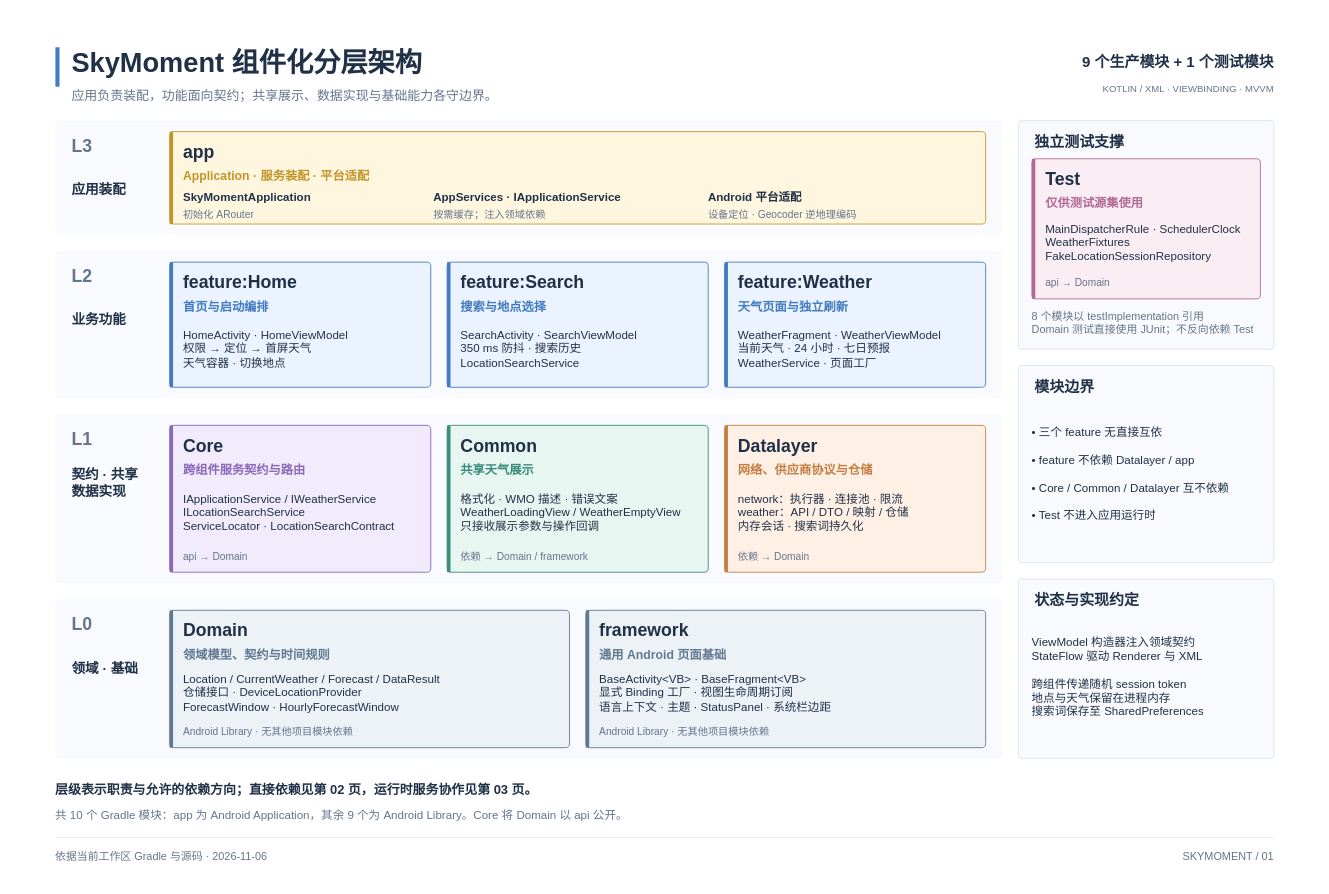
duxgwork/SkyMoment keeps this draw.io diagram as page "01 分层职责总览" (1 of 3) of docs/diagrams/skymoment-layered-architecture.drawio. Above is the earlier version. Source tidied: cells renumbered, new cells numbered last; positions are measured from the earlier drawing's top-left corner, leaving out a move shared by most shapes. Both pictures are drawn from the tidied source at 68%, with x=0, y=0 at pixel (12, 12).
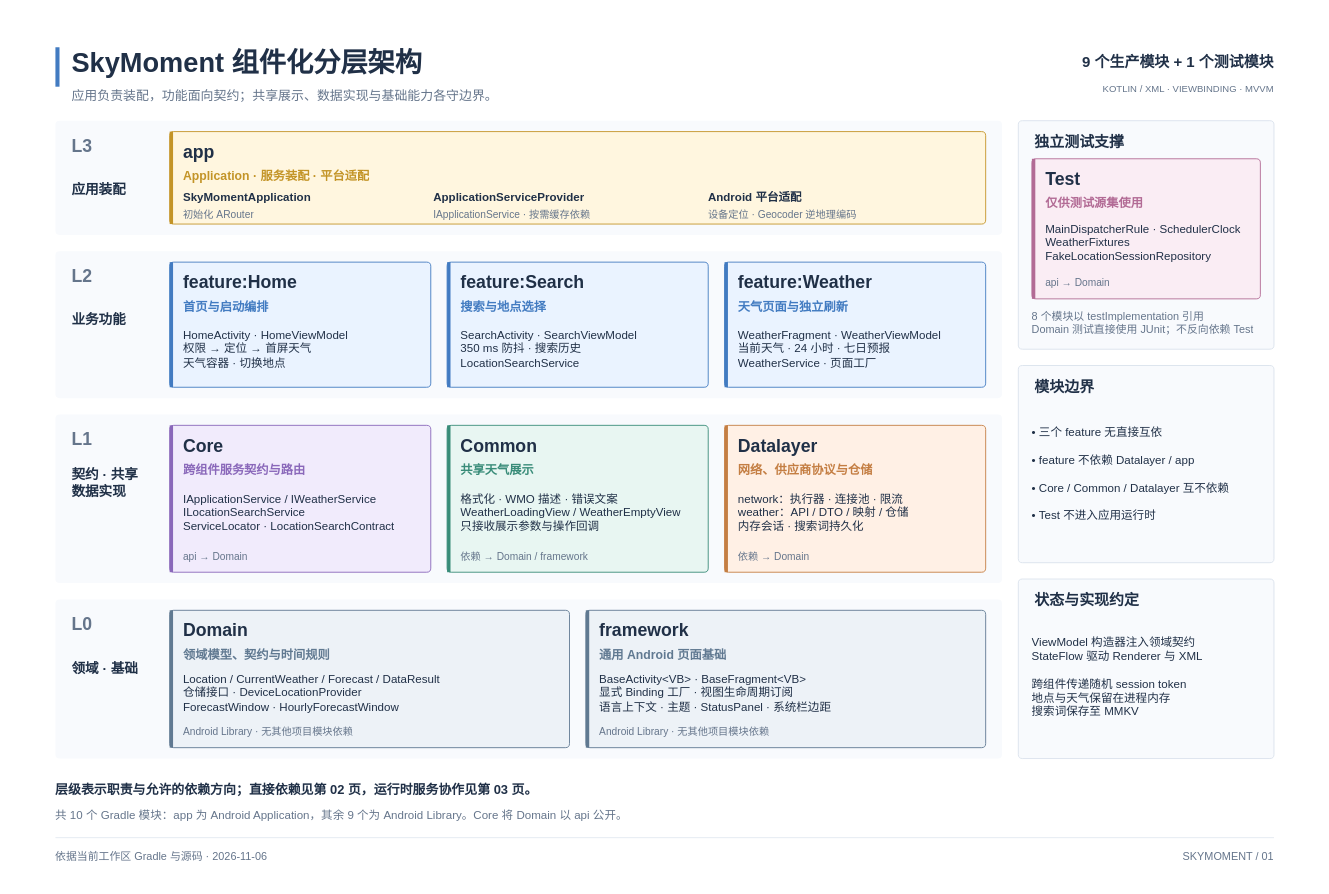
Above is the later version.

Diff of the diagram source:
```diff
@@
-    <mxCell id="30" value="AppServices · IApplicationService" style="text;html=0;whiteSpace=wrap;overflow=hidden;strokeColor=none;fillColor=none;align=left;verticalAlign=middle;spacing=0;fontSize=17;fontColor=#203047;fontStyle=1;fontFamily=Helvetica;" parent="1" vertex="1">
+    <mxCell id="30" value="ApplicationServiceProvider" style="text;html=0;whiteSpace=wrap;overflow=hidden;strokeColor=none;fillColor=none;align=left;verticalAlign=middle;spacing=0;fontSize=17;fontColor=#203047;fontStyle=1;fontFamily=Helvetica;" parent="1" vertex="1">
       <mxGeometry x="620" y="262" width="365" height="23" as="geometry" />
     </mxCell>
-    <mxCell id="31" value="按需缓存；注入领域依赖" style="text;html=0;whiteSpace=wrap;overflow=hidden;strokeColor=none;fillColor=none;align=left;verticalAlign=middle;spacing=0;fontSize=15;fontColor=#65758B;fontStyle=0;fontFamily=Helvetica;" parent="1" vertex="1">
+    <mxCell id="31" value="IApplicationService · 按需缓存依赖" style="text;html=0;whiteSpace=wrap;overflow=hidden;strokeColor=none;fillColor=none;align=left;verticalAlign=middle;spacing=0;fontSize=15;fontColor=#65758B;fontStyle=0;fontFamily=Helvetica;" parent="1" vertex="1">
       <mxGeometry x="620" y="287" width="365" height="20" as="geometry" />
     </mxCell>
@@
-    <mxCell id="93" value="ViewModel 构造器注入领域契约&#10;StateFlow 驱动 Renderer 与 XML&#10;&#10;跨组件传递随机 session token&#10;地点与天气保留在进程内存&#10;搜索词保存至 SharedPreferences" style="text;html=0;whiteSpace=wrap;overflow=hidden;strokeColor=none;fillColor=none;align=left;verticalAlign=middle;spacing=0;fontSize=17;fontColor=#203047;fontStyle=0;fontFamily=Helvetica;" parent="1" vertex="1">
+    <mxCell id="93" value="ViewModel 构造器注入领域契约&#10;StateFlow 驱动 Renderer 与 XML&#10;&#10;跨组件传递随机 session token&#10;地点与天气保留在进程内存&#10;搜索词保存至 MMKV" style="text;html=0;whiteSpace=wrap;overflow=hidden;strokeColor=none;fillColor=none;align=left;verticalAlign=middle;spacing=0;fontSize=17;fontColor=#203047;fontStyle=0;fontFamily=Helvetica;" parent="1" vertex="1">
       <mxGeometry x="1500" y="894" width="336" height="170" as="geometry" />
     </mxCell>
```
